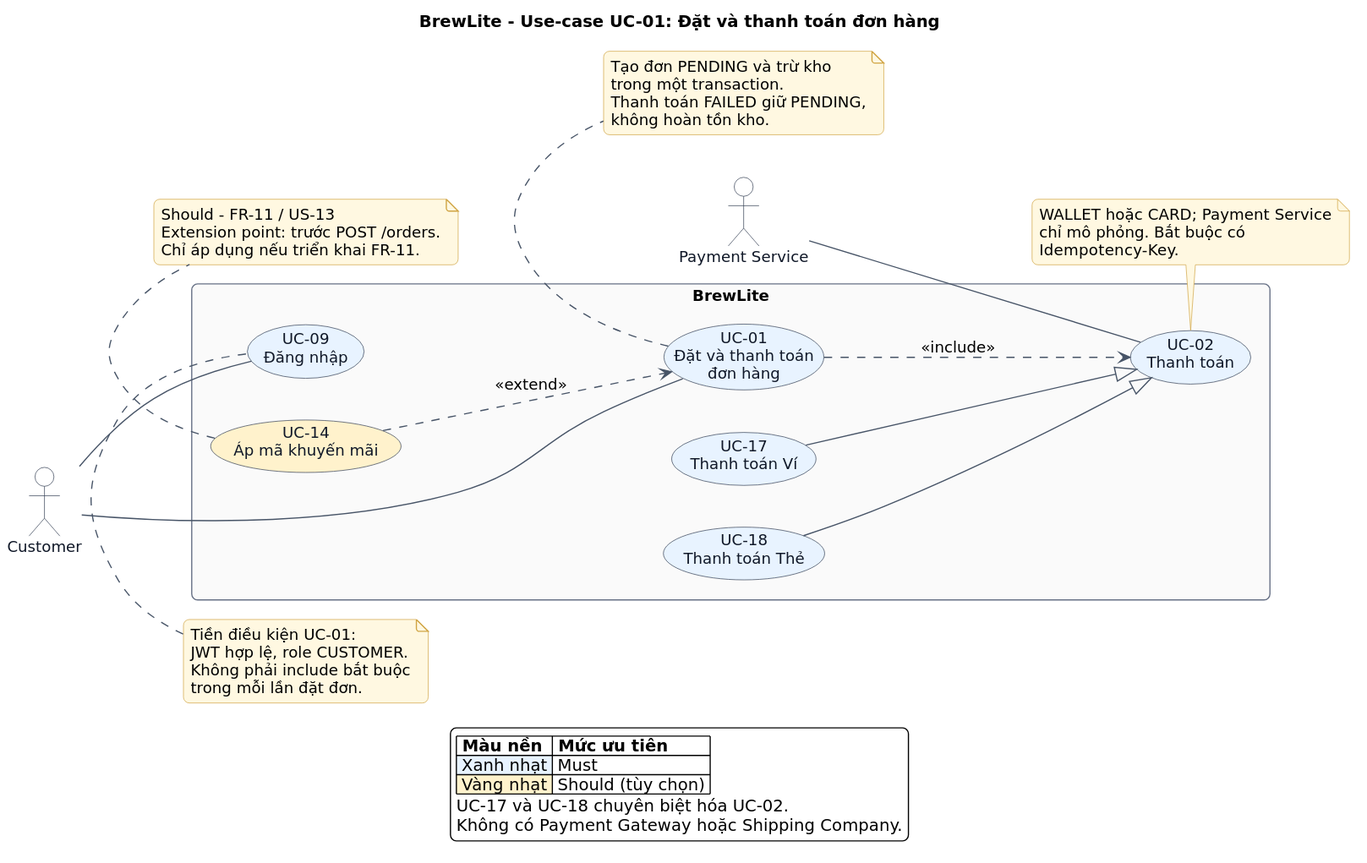
The PlantUML diagram docs/diagrams/usecase-checkout.svg in vophong8989/brewlite, before a commit.
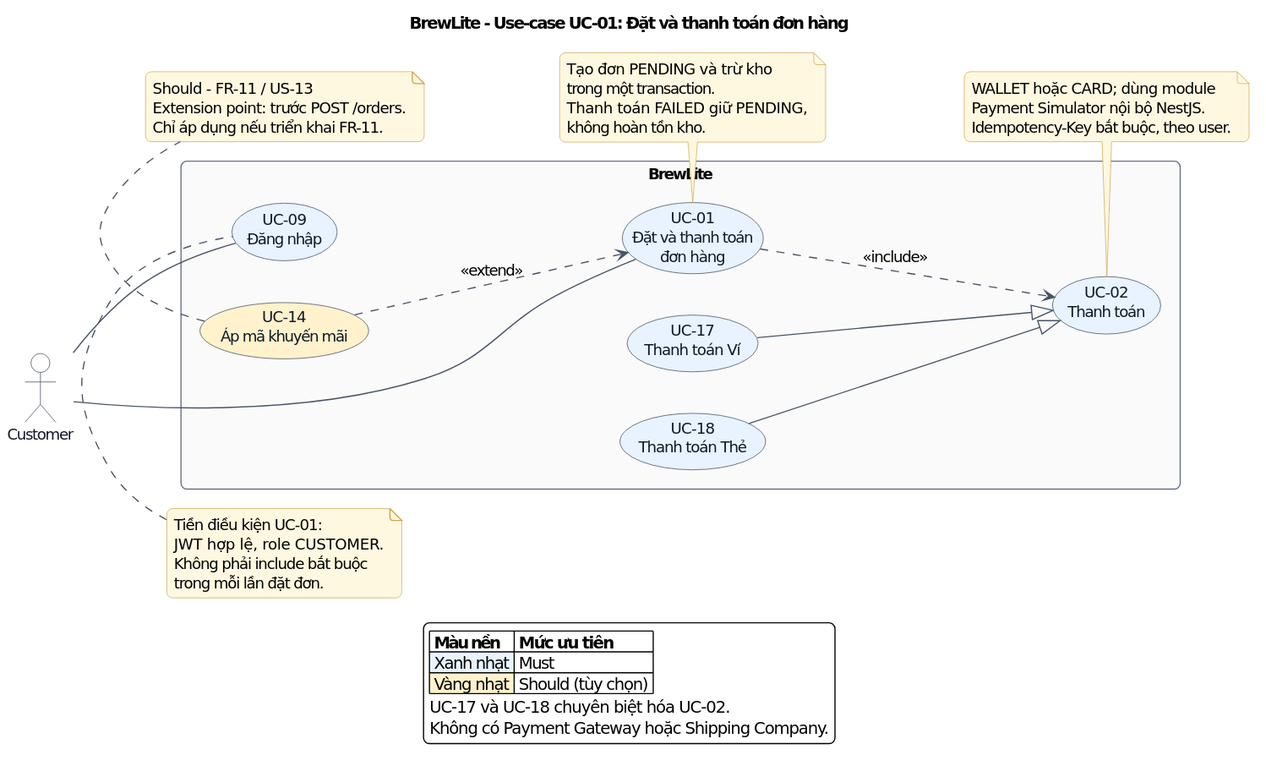
After the change.

Change to the diagram source:
```diff
@@ -29,7 +29,6 @@
 title BrewLite - Use-case UC-01: Đặt và thanh toán đơn hàng
 
 actor "Customer" as Customer
-actor "Payment Service" as PaymentService
 
 rectangle "BrewLite" {
   usecase "UC-01\nĐặt và thanh toán\nđơn hàng" as UC01
@@ -42,7 +41,6 @@
 
 Customer -- UC01
 Customer -- UC09
-PaymentService -- UC02
 UC01 ..> UC02 : <<include>>
 UC17 --|> UC02
 UC18 --|> UC02
@@ -69,9 +67,9 @@
 end note
 
 note bottom of UC02
-  WALLET hoặc CARD; Payment Service
-  chỉ mô phỏng. Bắt buộc có
-  Idempotency-Key.
+  WALLET hoặc CARD; dùng module
+  Payment Simulator nội bộ NestJS.
+  Idempotency-Key bắt buộc, theo user.
 end note
 
 legend bottom
```
